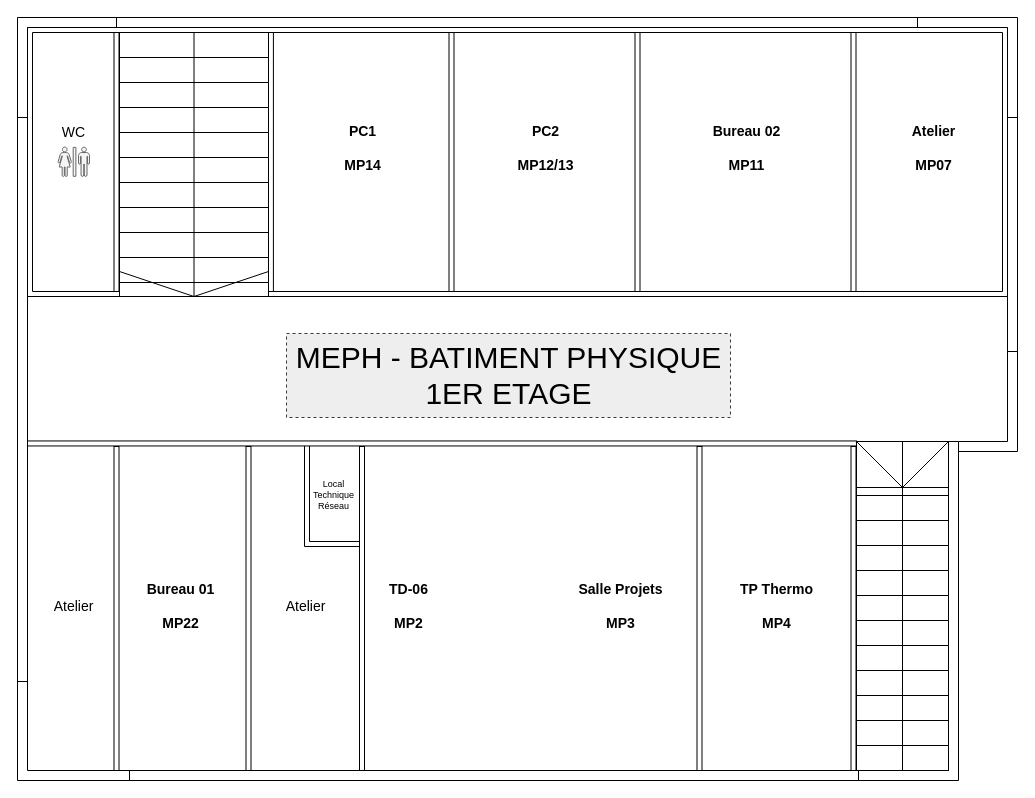
Earlier version of the draw.io diagram page "1ER" (2 of 3) of meph-plan_physique.drawio (gI7DUmmY/diagrams). Source tidied: cells renumbered, new cells numbered last; positions are measured from the earlier drawing's top-left corner, leaving out a move shared by most shapes. Both pictures are drawn from the tidied source at 100%, with x=0, y=0 at pixel (17, 17).
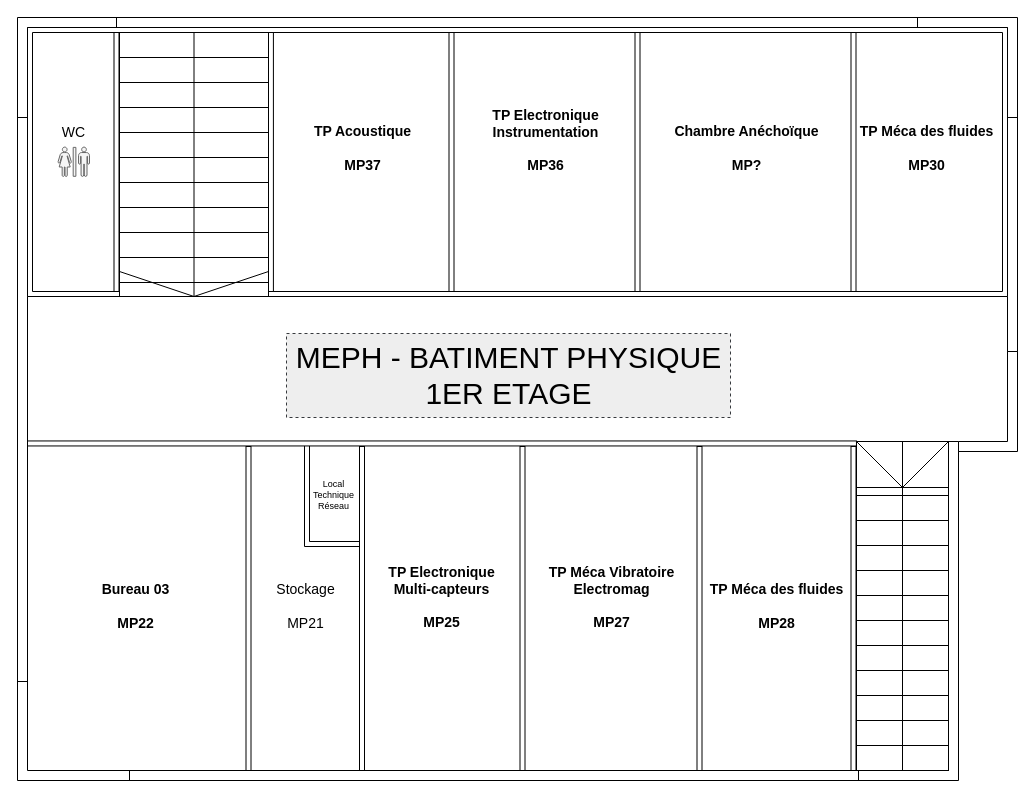
Above is the later version.

What changed in the source:
```diff
@@
-    <mxCell id="18" value="&lt;div style=&quot;font-size: 14px;&quot;&gt;Atelier&lt;/div&gt;&lt;div style=&quot;font-size: 14px;&quot;&gt;&lt;br&gt;&lt;/div&gt;&lt;div style=&quot;font-size: 14px;&quot;&gt;MP07&lt;/div&gt;" style="text;html=1;align=center;verticalAlign=middle;strokeColor=none;fillColor=none;fontFamily=Helvetica;fontSize=14;fontColor=default;fontStyle=1;" parent="1" vertex="1">
-      <mxGeometry x="887" y="100" width="58" height="62" as="geometry" />
+    <mxCell id="18" value="&lt;div style=&quot;font-size: 14px;&quot;&gt;TP Méca des fluides&lt;/div&gt;&lt;div style=&quot;font-size: 14px;&quot;&gt;&lt;br&gt;&lt;/div&gt;&lt;div style=&quot;font-size: 14px;&quot;&gt;MP30&lt;/div&gt;" style="text;html=1;align=center;verticalAlign=middle;strokeColor=none;fillColor=none;fontFamily=Helvetica;fontSize=14;fontColor=default;fontStyle=1;" parent="1" vertex="1">
+      <mxGeometry x="836" y="100" width="145" height="62" as="geometry" />
     </mxCell>
@@
-    <mxCell id="22" value="&lt;div style=&quot;font-size: 14px;&quot;&gt;Bureau 02&lt;/div&gt;&lt;div style=&quot;font-size: 14px;&quot;&gt;&lt;br&gt;&lt;/div&gt;&lt;div style=&quot;font-size: 14px;&quot;&gt;MP11&lt;/div&gt;" style="text;html=1;align=center;verticalAlign=middle;strokeColor=none;fillColor=none;fontFamily=Helvetica;fontSize=14;fontColor=default;fontStyle=1;" parent="1" vertex="1">
-      <mxGeometry x="687" y="100" width="83" height="62" as="geometry" />
+    <mxCell id="22" value="&lt;div style=&quot;font-size: 14px;&quot;&gt;Chambre Anéchoïque&lt;/div&gt;&lt;div style=&quot;font-size: 14px;&quot;&gt;&lt;br&gt;&lt;/div&gt;&lt;div style=&quot;font-size: 14px;&quot;&gt;MP?&lt;/div&gt;" style="text;html=1;align=center;verticalAlign=middle;strokeColor=none;fillColor=none;fontFamily=Helvetica;fontSize=14;fontColor=default;fontStyle=1;" parent="1" vertex="1">
+      <mxGeometry x="652" y="100" width="153" height="62" as="geometry" />
     </mxCell>
-    <mxCell id="23" value="&lt;div style=&quot;font-size: 14px;&quot;&gt;PC2&lt;/div&gt;&lt;div style=&quot;font-size: 14px;&quot;&gt;&lt;br&gt;&lt;/div&gt;&lt;div style=&quot;font-size: 14px;&quot;&gt;MP12/13&lt;/div&gt;" style="text;html=1;align=center;verticalAlign=middle;strokeColor=none;fillColor=none;fontFamily=Helvetica;fontSize=14;fontColor=default;fontStyle=1;" parent="1" vertex="1">
-      <mxGeometry x="491" y="100" width="74" height="62" as="geometry" />
+    <mxCell id="23" value="&lt;div style=&quot;font-size: 14px;&quot;&gt;TP Electronique&lt;/div&gt;&lt;div style=&quot;font-size: 14px;&quot;&gt;Instrumentation&lt;/div&gt;&lt;div style=&quot;font-size: 14px;&quot;&gt;&lt;br&gt;&lt;/div&gt;&lt;div style=&quot;font-size: 14px;&quot;&gt;MP36&lt;/div&gt;" style="text;html=1;align=center;verticalAlign=middle;strokeColor=none;fillColor=none;fontFamily=Helvetica;fontSize=14;fontColor=default;fontStyle=1;" parent="1" vertex="1">
+      <mxGeometry x="469" y="83" width="117" height="79" as="geometry" />
     </mxCell>
-    <mxCell id="24" value="&lt;div style=&quot;font-size: 14px;&quot;&gt;PC1&lt;/div&gt;&lt;div style=&quot;font-size: 14px;&quot;&gt;&lt;br&gt;&lt;/div&gt;&lt;div style=&quot;font-size: 14px;&quot;&gt;MP14&lt;/div&gt;" style="text;html=1;align=center;verticalAlign=middle;strokeColor=none;fillColor=none;fontFamily=Helvetica;fontSize=14;fontColor=default;fontStyle=1;" parent="1" vertex="1">
-      <mxGeometry x="317" y="100" width="55" height="62" as="geometry" />
+    <mxCell id="24" value="&lt;div style=&quot;font-size: 14px;&quot;&gt;TP Acoustique&lt;/div&gt;&lt;div style=&quot;font-size: 14px;&quot;&gt;&lt;br&gt;&lt;/div&gt;&lt;div style=&quot;font-size: 14px;&quot;&gt;MP37&lt;/div&gt;" style="text;html=1;align=center;verticalAlign=middle;strokeColor=none;fillColor=none;fontFamily=Helvetica;fontSize=14;fontColor=default;fontStyle=1;" parent="1" vertex="1">
+      <mxGeometry x="291" y="100" width="108" height="62" as="geometry" />
     </mxCell>
@@
-    <mxCell id="28" value="&lt;div style=&quot;font-size: 14px;&quot;&gt;Bureau 01&lt;/div&gt;&lt;div style=&quot;font-size: 14px;&quot;&gt;&lt;br&gt;&lt;/div&gt;&lt;div style=&quot;font-size: 14px;&quot;&gt;MP22&lt;/div&gt;" style="text;html=1;align=center;verticalAlign=middle;strokeColor=none;fillColor=none;fontFamily=Helvetica;fontSize=14;fontColor=default;fontStyle=1;" parent="1" vertex="1">
-      <mxGeometry x="121" y="557.5" width="83" height="62" as="geometry" />
+    <mxCell id="28" value="&lt;div style=&quot;font-size: 14px;&quot;&gt;Bureau 03&lt;/div&gt;&lt;div style=&quot;font-size: 14px;&quot;&gt;&lt;br&gt;&lt;/div&gt;&lt;div style=&quot;font-size: 14px;&quot;&gt;MP22&lt;/div&gt;" style="text;html=1;align=center;verticalAlign=middle;strokeColor=none;fillColor=none;fontFamily=Helvetica;fontSize=14;fontColor=default;fontStyle=1;" parent="1" vertex="1">
+      <mxGeometry x="76.6" y="557.5" width="83" height="62" as="geometry" />
     </mxCell>
-    <mxCell id="29" style="verticalLabelPosition=bottom;html=1;verticalAlign=top;align=center;shape=mxgraph.floorplan.wall;direction=south;fontFamily=Helvetica;fontSize=12;wallThickness=5;" parent="1" vertex="1">
-      <mxGeometry x="94" y="429" width="10" height="324" as="geometry" />
-    </mxCell>
-    <mxCell id="30" value="&lt;div style=&quot;font-size: 14px;&quot;&gt;&lt;span style=&quot;font-weight: normal;&quot;&gt;Atelier&lt;/span&gt;&lt;/div&gt;" style="text;html=1;align=center;verticalAlign=middle;strokeColor=none;fillColor=none;fontFamily=Helvetica;fontSize=14;fontColor=default;fontStyle=1;" parent="1" vertex="1">
-      <mxGeometry x="27" y="574" width="58" height="29" as="geometry" />
-    </mxCell>
-    <mxCell id="31" value="&lt;div style=&quot;font-size: 14px;&quot;&gt;TD-06&lt;/div&gt;&lt;div style=&quot;font-size: 14px;&quot;&gt;&lt;br&gt;&lt;/div&gt;&lt;div style=&quot;font-size: 14px;&quot;&gt;MP2&lt;/div&gt;" style="text;html=1;align=center;verticalAlign=middle;strokeColor=none;fillColor=none;fontFamily=Helvetica;fontSize=14;fontColor=default;fontStyle=1;" parent="1" vertex="1">
-      <mxGeometry x="362.4" y="557.5" width="57" height="62" as="geometry" />
+    <mxCell id="31" value="&lt;div style=&quot;font-size: 14px;&quot;&gt;TP Electronique&lt;/div&gt;&lt;div style=&quot;font-size: 14px;&quot;&gt;Multi-capteurs&lt;/div&gt;&lt;div style=&quot;font-size: 14px;&quot;&gt;&lt;br&gt;&lt;/div&gt;&lt;div style=&quot;font-size: 14px;&quot;&gt;MP25&lt;/div&gt;" style="text;html=1;align=center;verticalAlign=middle;strokeColor=none;fillColor=none;fontFamily=Helvetica;fontSize=14;fontColor=default;fontStyle=1;" parent="1" vertex="1">
+      <mxGeometry x="365.9" y="540.5" width="117" height="79" as="geometry" />
     </mxCell>
-    <mxCell id="32" value="&lt;div style=&quot;font-size: 14px;&quot;&gt;Salle Projets&lt;/div&gt;&lt;div style=&quot;font-size: 14px;&quot;&gt;&lt;br&gt;&lt;/div&gt;&lt;div style=&quot;font-size: 14px;&quot;&gt;MP3&lt;/div&gt;" style="text;html=1;align=center;verticalAlign=middle;strokeColor=none;fillColor=none;fontFamily=Helvetica;fontSize=14;fontColor=default;fontStyle=1;" parent="1" vertex="1">
-      <mxGeometry x="554" y="557.5" width="97" height="62" as="geometry" />
+    <mxCell id="32" value="&lt;div style=&quot;font-size: 14px;&quot;&gt;TP Méca Vibratoire&lt;/div&gt;&lt;div style=&quot;font-size: 14px;&quot;&gt;Electromag&lt;/div&gt;&lt;div style=&quot;font-size: 14px;&quot;&gt;&lt;br&gt;&lt;/div&gt;&lt;div style=&quot;font-size: 14px;&quot;&gt;MP27&lt;/div&gt;" style="text;html=1;align=center;verticalAlign=middle;strokeColor=none;fillColor=none;fontFamily=Helvetica;fontSize=14;fontColor=default;fontStyle=1;" parent="1" vertex="1">
+      <mxGeometry x="525" y="540.5" width="137" height="79" as="geometry" />
     </mxCell>
-    <mxCell id="33" value="&lt;div style=&quot;font-size: 14px;&quot;&gt;TP Thermo&lt;/div&gt;&lt;div style=&quot;font-size: 14px;&quot;&gt;&lt;br&gt;&lt;/div&gt;&lt;div style=&quot;font-size: 14px;&quot;&gt;MP4&lt;/div&gt;" style="text;html=1;align=center;verticalAlign=middle;strokeColor=none;fillColor=none;fontFamily=Helvetica;fontSize=14;fontColor=default;fontStyle=1;" parent="1" vertex="1">
-      <mxGeometry x="715" y="557.5" width="88" height="62" as="geometry" />
-    </mxCell>
@@
-    <mxCell id="38" value="&lt;div style=&quot;font-size: 14px;&quot;&gt;&lt;span style=&quot;font-weight: normal;&quot;&gt;Atelier&lt;/span&gt;&lt;/div&gt;" style="text;html=1;align=center;verticalAlign=middle;strokeColor=none;fillColor=none;fontFamily=Helvetica;fontSize=14;fontColor=default;fontStyle=1;" parent="1" vertex="1">
-      <mxGeometry x="259" y="574" width="58" height="29" as="geometry" />
+    <mxCell id="38" value="&lt;div style=&quot;font-size: 14px;&quot;&gt;&lt;span style=&quot;font-weight: normal;&quot;&gt;Stockage&lt;/span&gt;&lt;/div&gt;&lt;div style=&quot;font-size: 14px;&quot;&gt;&lt;span style=&quot;font-weight: normal;&quot;&gt;&lt;br&gt;&lt;/span&gt;&lt;/div&gt;&lt;div style=&quot;font-size: 14px;&quot;&gt;&lt;span style=&quot;font-weight: normal;&quot;&gt;MP21&lt;/span&gt;&lt;/div&gt;" style="text;html=1;align=center;verticalAlign=middle;strokeColor=none;fillColor=none;fontFamily=Helvetica;fontSize=14;fontColor=default;fontStyle=1;" parent="1" vertex="1">
+      <mxGeometry x="250" y="558" width="76" height="62" as="geometry" />
     </mxCell>
@@
+    <mxCell id="40" value="&lt;div style=&quot;font-size: 14px;&quot;&gt;TP Méca des fluides&lt;/div&gt;&lt;div style=&quot;font-size: 14px;&quot;&gt;&lt;br&gt;&lt;/div&gt;&lt;div style=&quot;font-size: 14px;&quot;&gt;MP28&lt;/div&gt;" style="text;html=1;align=center;verticalAlign=middle;strokeColor=none;fillColor=none;fontFamily=Helvetica;fontSize=14;fontColor=default;fontStyle=1;" parent="1" vertex="1">
+      <mxGeometry x="686" y="557.5" width="145" height="62" as="geometry" />
+    </mxCell>
+    <mxCell id="41" style="verticalLabelPosition=bottom;html=1;verticalAlign=top;align=center;shape=mxgraph.floorplan.wall;direction=south;fontFamily=Helvetica;fontSize=12;wallThickness=5;" parent="1" vertex="1">
+      <mxGeometry x="500" y="429" width="10" height="324" as="geometry" />
+    </mxCell>
```
